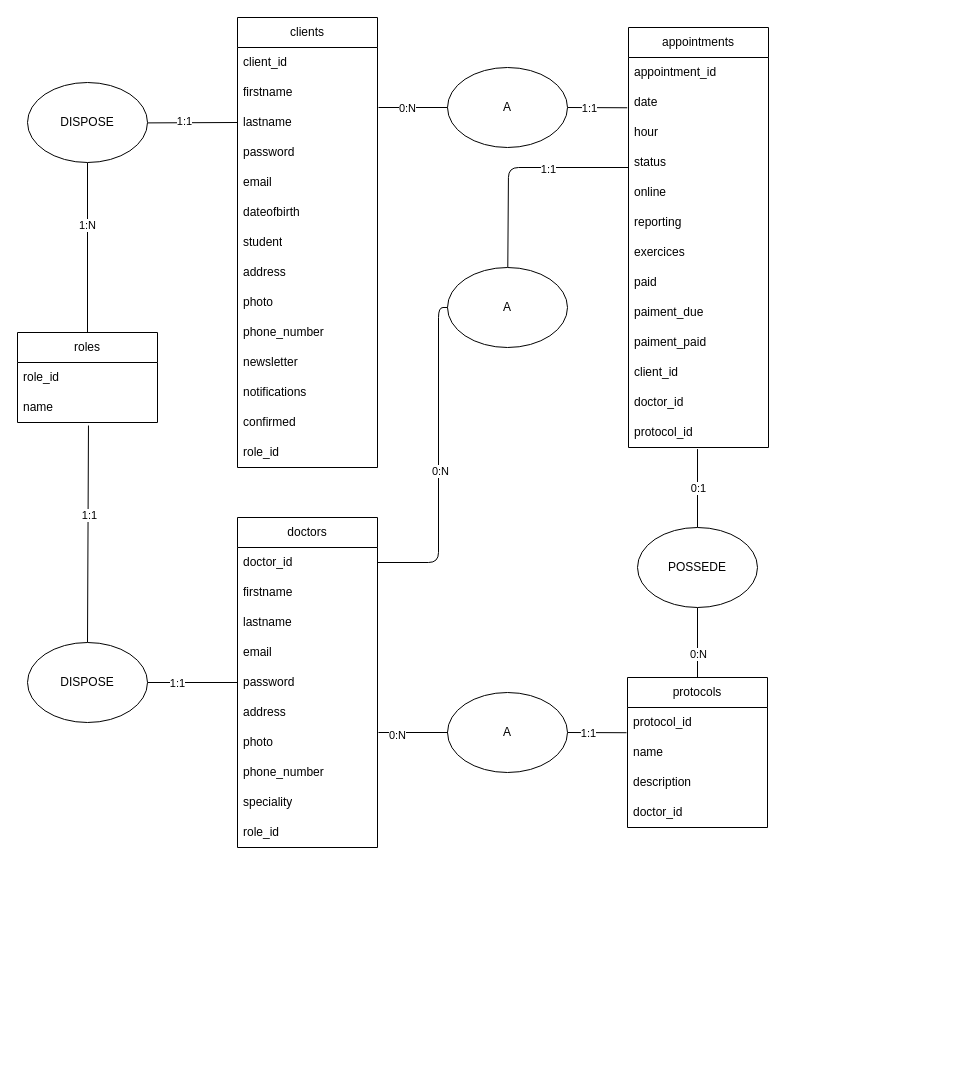
Above: project_analysis/mcd/mcd.drawio in AlexSearha/KL-sophro-React-Back (draw.io), before the change. Source tidied: cells renumbered, new cells numbered last; positions are measured from the earlier drawing's top-left corner, leaving out a move shared by most shapes. Both pictures are drawn from the tidied source at 100%, with x=0, y=0 at pixel (17, 17).
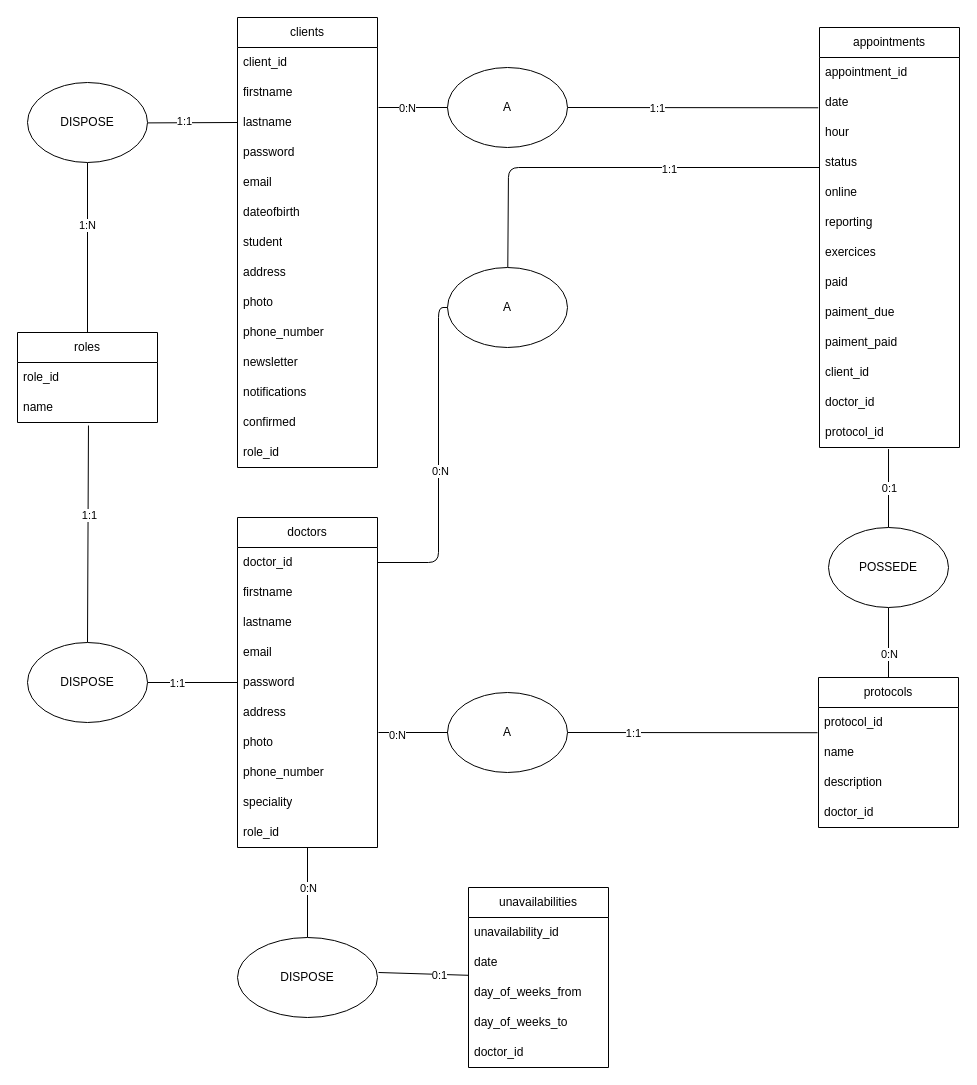
The same page after the edit.

Unchanged cells that the change refers to:
```xml
<mxCell id="27" value="role_id" style="text;strokeColor=none;fillColor=none;align=left;verticalAlign=middle;spacingLeft=4;spacingRight=4;overflow=hidden;points=[[0,0.5],[1,0.5]];portConstraint=eastwest;whiteSpace=wrap;html=1;" parent="17" vertex="1">
  <mxGeometry y="300" width="140" height="30" as="geometry" />
</mxCell>
```

What changed in the source:
```diff
@@
     <mxCell id="28" value="appointments" style="swimlane;fontStyle=0;horizontal=1;startSize=30;whiteSpace=wrap;html=1;" parent="1" vertex="1">
-      <mxGeometry x="611" y="10" width="140" height="420" as="geometry" />
+      <mxGeometry x="802" y="10" width="140" height="420" as="geometry" />
     </mxCell>
@@
     <mxCell id="60" value="protocols" style="swimlane;fontStyle=0;horizontal=1;startSize=30;whiteSpace=wrap;html=1;" parent="1" vertex="1">
-      <mxGeometry x="610" y="660" width="140" height="150" as="geometry" />
+      <mxGeometry x="801" y="660" width="140" height="150" as="geometry" />
     </mxCell>
@@
     <mxCell id="80" value="POSSEDE" style="ellipse;whiteSpace=wrap;html=1;" parent="1" vertex="1">
-      <mxGeometry x="620" y="510" width="120" height="80" as="geometry" />
+      <mxGeometry x="811" y="510" width="120" height="80" as="geometry" />
     </mxCell>
+    <mxCell id="81" style="edgeStyle=none;html=1;endArrow=none;endFill=0;" parent="1" edge="1" source="83">
+      <mxGeometry relative="1" as="geometry">
+        <mxPoint x="361" y="955" as="targetPoint" />
+      </mxGeometry>
+    </mxCell>
+    <mxCell id="82" value="0:1" style="edgeLabel;html=1;align=center;verticalAlign=middle;" parent="81" vertex="1">
+      <mxGeometry x="-0.35" y="1" relative="1" as="geometry" />
+    </mxCell>
+    <mxCell id="83" value="unavailabilities" style="swimlane;fontStyle=0;horizontal=1;startSize=30;whiteSpace=wrap;html=1;" parent="1" vertex="1">
+      <mxGeometry x="451" y="870" width="140" height="180" as="geometry" />
+    </mxCell>
+    <mxCell id="84" value="unavailability_id" style="text;strokeColor=none;fillColor=none;align=left;verticalAlign=middle;spacingLeft=4;spacingRight=4;overflow=hidden;whiteSpace=wrap;html=1;" parent="83" vertex="1">
+      <mxGeometry y="30" width="140" height="30" as="geometry" />
+    </mxCell>
+    <mxCell id="85" value="date" style="text;strokeColor=none;fillColor=none;align=left;verticalAlign=middle;spacingLeft=4;spacingRight=4;overflow=hidden;whiteSpace=wrap;html=1;" parent="83" vertex="1">
+      <mxGeometry y="60" width="140" height="30" as="geometry" />
+    </mxCell>
+    <mxCell id="86" value="day_of_weeks_from" style="text;strokeColor=none;fillColor=none;align=left;verticalAlign=middle;spacingLeft=4;spacingRight=4;overflow=hidden;whiteSpace=wrap;html=1;" parent="83" vertex="1">
+      <mxGeometry y="90" width="140" height="30" as="geometry" />
+    </mxCell>
+    <mxCell id="87" value="day_of_weeks_to" style="text;strokeColor=none;fillColor=none;align=left;verticalAlign=middle;spacingLeft=4;spacingRight=4;overflow=hidden;whiteSpace=wrap;html=1;" parent="83" vertex="1">
+      <mxGeometry y="120" width="140" height="30" as="geometry" />
+    </mxCell>
+    <mxCell id="88" value="doctor_id" style="text;strokeColor=none;fillColor=none;align=left;verticalAlign=middle;spacingLeft=4;spacingRight=4;overflow=hidden;whiteSpace=wrap;html=1;" parent="83" vertex="1">
+      <mxGeometry y="150" width="140" height="30" as="geometry" />
+    </mxCell>
+    <mxCell id="89" style="edgeStyle=none;html=1;endArrow=none;endFill=0;" parent="1" edge="1" source="91" target="27">
+      <mxGeometry relative="1" as="geometry" />
+    </mxCell>
+    <mxCell id="90" value="0:N" style="edgeLabel;html=1;align=center;verticalAlign=middle;" parent="89" vertex="1">
+      <mxGeometry x="0.46" y="2" relative="1" as="geometry">
+        <mxPoint x="2" y="16" as="offset" />
+      </mxGeometry>
+    </mxCell>
+    <mxCell id="91" value="DISPOSE" style="ellipse;whiteSpace=wrap;html=1;" parent="1" vertex="1">
+      <mxGeometry x="220" y="920" width="140" height="80" as="geometry" />
+    </mxCell>
```
